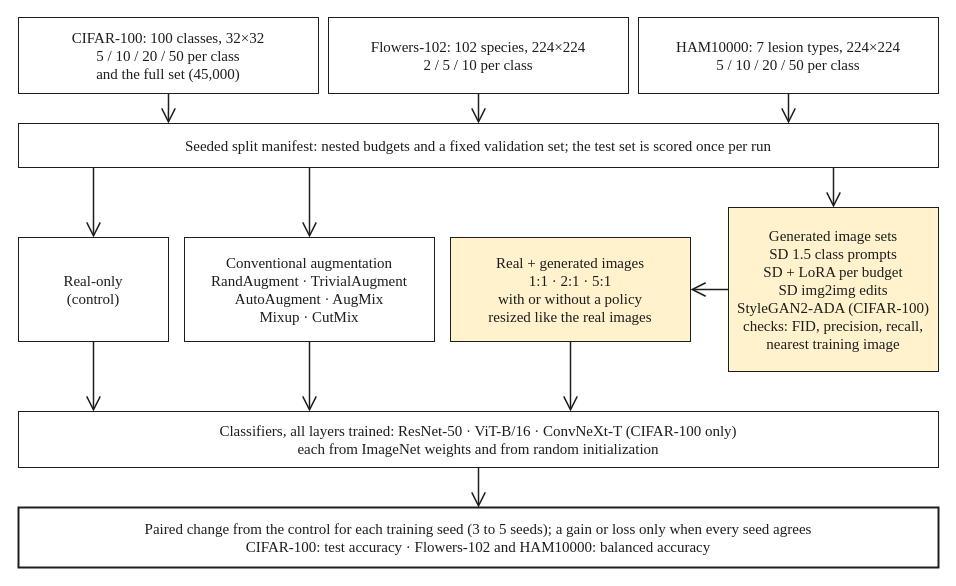
Above: reports/Latex_report/fig/pipeline-study.drawio in mayur212626/fall-2026-group7 (draw.io), before the change. Source tidied: cells renumbered, new cells numbered last; positions are measured from the earlier drawing's top-left corner, leaving out a move shared by most shapes. Both pictures are drawn from the tidied source at 100%, with x=0, y=0 at pixel (18, 17).
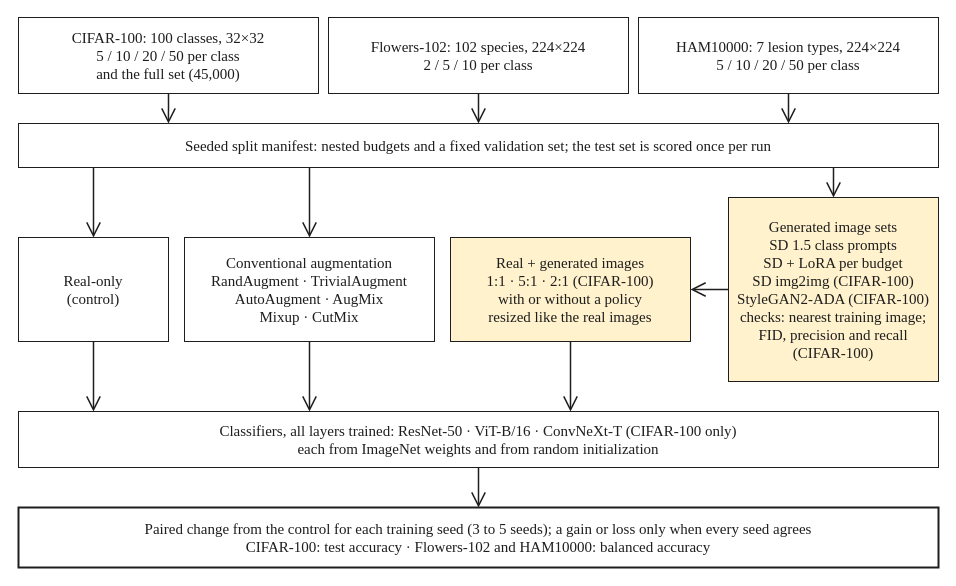
The same diagram, later.

Commit message (it also covers changes not shown here):
Paper: mark the CIFAR-100-only generated sets, ratio and quality measures in the pipeline figure

Change to the diagram source:
```diff
@@
-    <mxCell id="8" value="Real + generated images&lt;br&gt;1:1 · 2:1 · 5:1&lt;br&gt;with or without a policy&lt;br&gt;resized like the real images" style="rounded=0;html=1;whiteSpace=wrap;fillColor=#FFF2CC;strokeColor=#1E1E1E;strokeWidth=1;fontColor=#1E1E1E;fontSize=15;fontFamily=Times New Roman, Georgia, serif;verticalAlign=middle;align=center;" parent="1" vertex="1">
+    <mxCell id="8" value="Real + generated images&lt;br&gt;1:1 · 5:1 · 2:1 (CIFAR-100)&lt;br&gt;with or without a policy&lt;br&gt;resized like the real images" style="rounded=0;html=1;whiteSpace=wrap;fillColor=#FFF2CC;strokeColor=#1E1E1E;strokeWidth=1;fontColor=#1E1E1E;fontSize=15;fontFamily=Times New Roman, Georgia, serif;verticalAlign=middle;align=center;" parent="1" vertex="1">
       <mxGeometry x="432" y="220" width="240" height="104" as="geometry" />
     </mxCell>
-    <mxCell id="9" value="Generated image sets&lt;br&gt;SD 1.5 class prompts&lt;br&gt;SD + LoRA per budget&lt;br&gt;SD img2img edits&lt;br&gt;StyleGAN2-ADA (CIFAR-100)&lt;br&gt;checks: FID, precision, recall,&lt;br&gt;nearest training image" style="rounded=0;html=1;whiteSpace=wrap;fillColor=#FFF2CC;strokeColor=#1E1E1E;strokeWidth=1;fontColor=#1E1E1E;fontSize=15;fontFamily=Times New Roman, Georgia, serif;verticalAlign=middle;align=center;" parent="1" vertex="1">
-      <mxGeometry x="710" y="190" width="210" height="164" as="geometry" />
+    <mxCell id="9" value="Generated image sets&lt;br&gt;SD 1.5 class prompts&lt;br&gt;SD + LoRA per budget&lt;br&gt;SD img2img (CIFAR-100)&lt;br&gt;StyleGAN2-ADA (CIFAR-100)&lt;br&gt;checks: nearest training image;&lt;br&gt;FID, precision and recall&lt;br&gt;(CIFAR-100)" style="rounded=0;html=1;whiteSpace=wrap;fillColor=#FFF2CC;strokeColor=#1E1E1E;strokeWidth=1;fontColor=#1E1E1E;fontSize=15;fontFamily=Times New Roman, Georgia, serif;verticalAlign=middle;align=center;" parent="1" vertex="1">
+      <mxGeometry x="710" y="180" width="210" height="184" as="geometry" />
     </mxCell>
```
